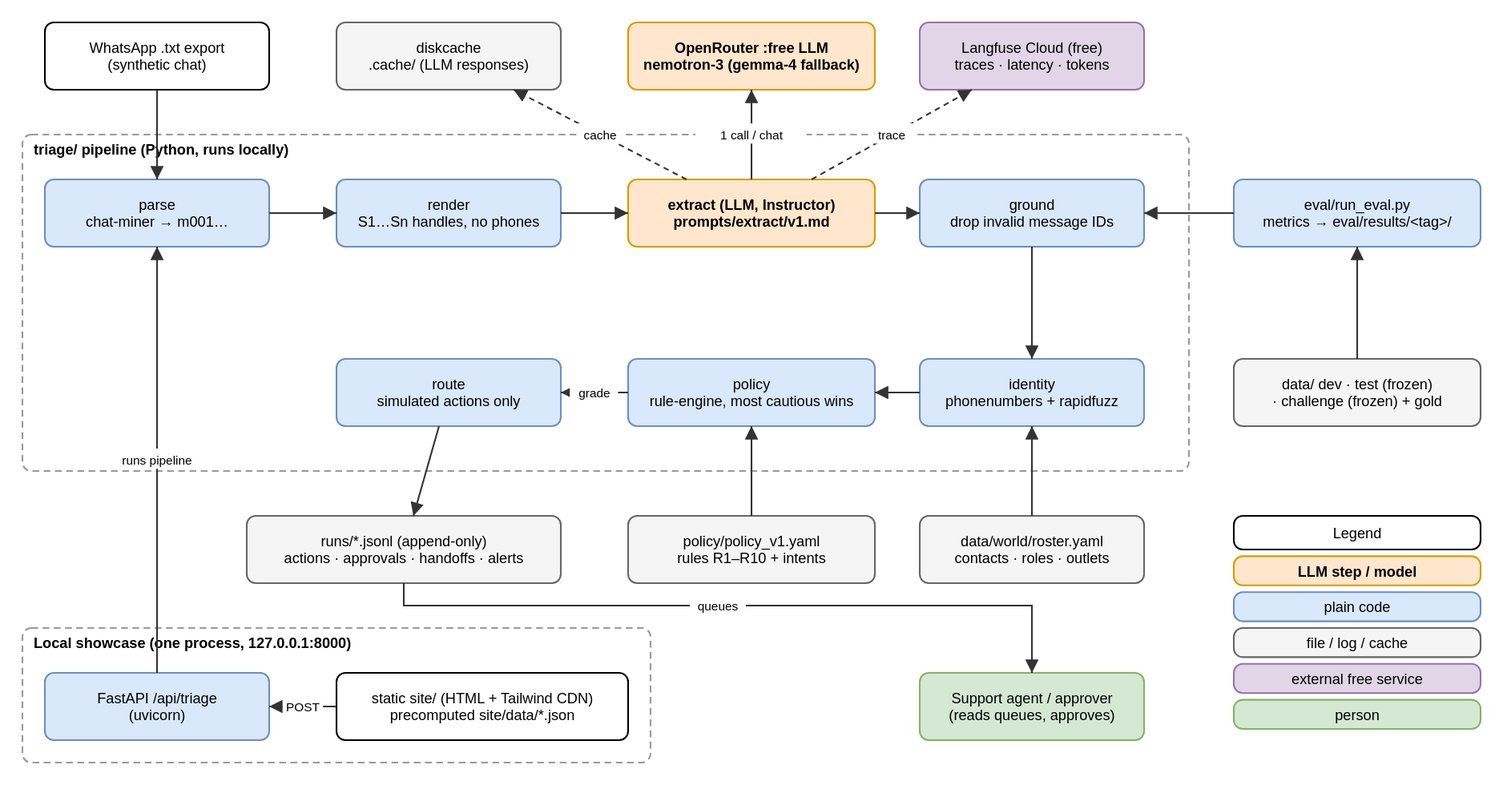
Before: site/assets/architecture.svg, a diagram exported from draw.io (Anish-185/aminobots-chat-triage-agent). Source tidied: cells renumbered, new cells last; positions are measured from the earlier drawing's top-left corner, leaving out a move shared by most shapes.
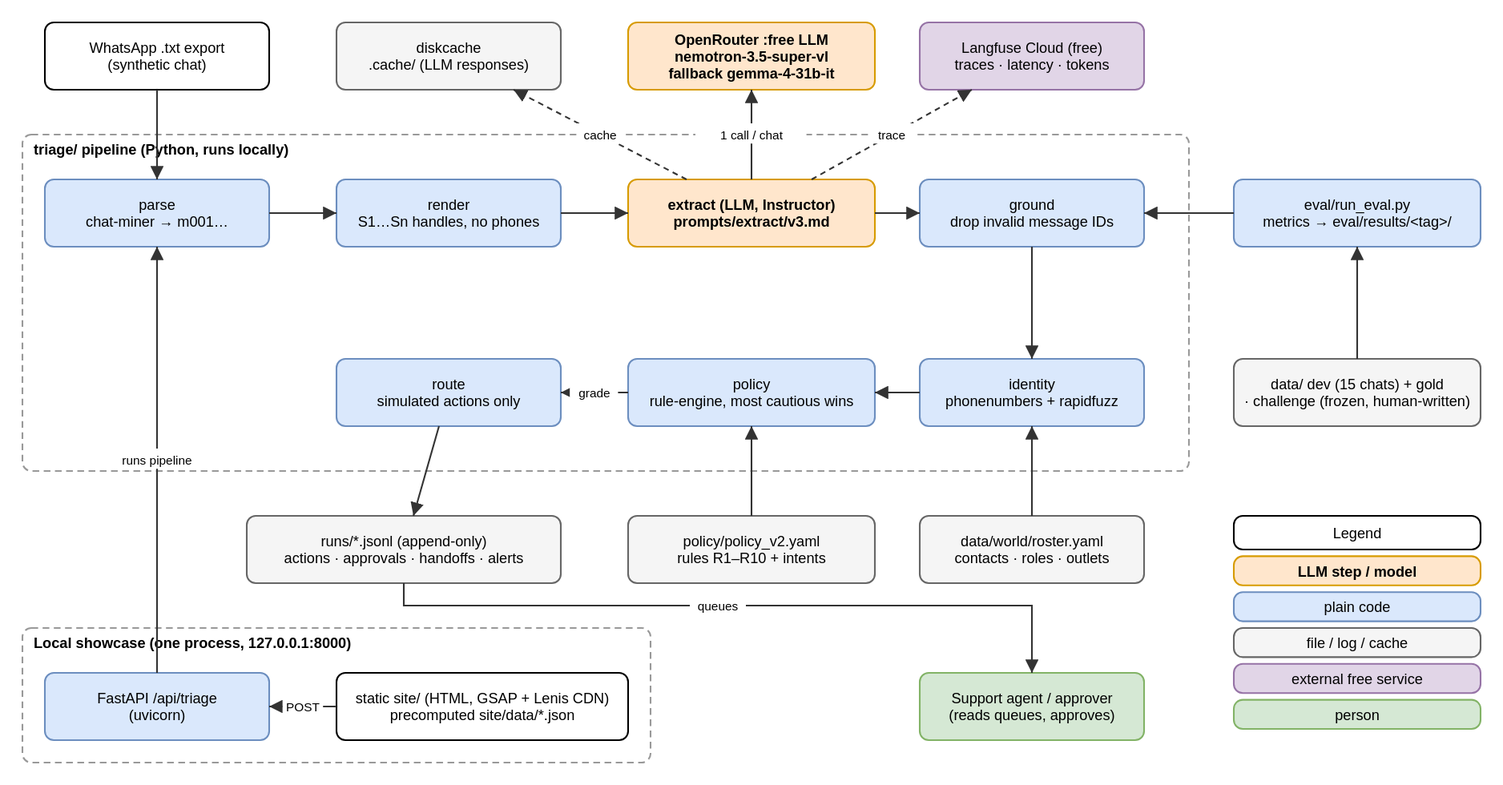
The same file after the commit.

Diff of the diagram source:
```diff
@@ -14,7 +14,7 @@
     <mxCell id="5" value="diskcache&lt;br&gt;.cache/ (LLM responses)" style="rounded=1;whiteSpace=wrap;html=1;fillColor=#f5f5f5;strokeColor=#666666;" parent="1" vertex="1">
       <mxGeometry x="280" width="200" height="60" as="geometry" />
     </mxCell>
-    <mxCell id="6" value="OpenRouter :free LLM&lt;br&gt;nemotron-3 (gemma-4 fallback)" style="rounded=1;whiteSpace=wrap;html=1;fillColor=#ffe6cc;strokeColor=#d79b00;fontStyle=1;" parent="1" vertex="1">
+    <mxCell id="6" value="OpenRouter :free LLM&lt;br&gt;nemotron-3.5-super-vl&lt;br&gt;fallback gemma-4-31b-it" style="rounded=1;whiteSpace=wrap;html=1;fillColor=#ffe6cc;strokeColor=#d79b00;fontStyle=1;" parent="1" vertex="1">
       <mxGeometry x="540" width="220" height="60" as="geometry" />
     </mxCell>
     <mxCell id="7" value="Langfuse Cloud (free)&lt;br&gt;traces · latency · tokens" style="rounded=1;whiteSpace=wrap;html=1;fillColor=#e1d5e7;strokeColor=#9673a6;" parent="1" vertex="1">
@@ -26,7 +26,7 @@
     <mxCell id="9" value="render&lt;br&gt;S1…Sn handles, no phones" style="rounded=1;whiteSpace=wrap;html=1;fillColor=#dae8fc;strokeColor=#6c8ebf;" parent="1" vertex="1">
       <mxGeometry x="280" y="140" width="200" height="60" as="geometry" />
     </mxCell>
-    <mxCell id="10" value="extract (LLM, Instructor)&lt;br&gt;prompts/extract/v1.md" style="rounded=1;whiteSpace=wrap;html=1;fillColor=#ffe6cc;strokeColor=#d79b00;fontStyle=1;" parent="1" vertex="1">
+    <mxCell id="10" value="extract (LLM, Instructor)&lt;br&gt;prompts/extract/v3.md" style="rounded=1;whiteSpace=wrap;html=1;fillColor=#ffe6cc;strokeColor=#d79b00;fontStyle=1;" parent="1" vertex="1">
       <mxGeometry x="540" y="140" width="220" height="60" as="geometry" />
     </mxCell>
     <mxCell id="11" value="ground&lt;br&gt;drop invalid message IDs" style="rounded=1;whiteSpace=wrap;html=1;fillColor=#dae8fc;strokeColor=#6c8ebf;" parent="1" vertex="1">
@@ -44,7 +44,7 @@
     <mxCell id="15" value="runs/*.jsonl (append-only)&lt;br&gt;actions · approvals · handoffs · alerts" style="rounded=1;whiteSpace=wrap;html=1;fillColor=#f5f5f5;strokeColor=#666666;" parent="1" vertex="1">
       <mxGeometry x="200" y="440" width="280" height="60" as="geometry" />
     </mxCell>
-    <mxCell id="16" value="policy/policy_v1.yaml&lt;br&gt;rules R1–R10 + intents" style="rounded=1;whiteSpace=wrap;html=1;fillColor=#f5f5f5;strokeColor=#666666;" parent="1" vertex="1">
+    <mxCell id="16" value="policy/policy_v2.yaml&lt;br&gt;rules R1–R10 + intents" style="rounded=1;whiteSpace=wrap;html=1;fillColor=#f5f5f5;strokeColor=#666666;" parent="1" vertex="1">
       <mxGeometry x="540" y="440" width="220" height="60" as="geometry" />
     </mxCell>
     <mxCell id="17" value="data/world/roster.yaml&lt;br&gt;contacts · roles · outlets" style="rounded=1;whiteSpace=wrap;html=1;fillColor=#f5f5f5;strokeColor=#666666;" parent="1" vertex="1">
@@ -53,13 +53,13 @@
     <mxCell id="18" value="FastAPI  /api/triage&lt;br&gt;(uvicorn)" style="rounded=1;whiteSpace=wrap;html=1;fillColor=#dae8fc;strokeColor=#6c8ebf;" parent="1" vertex="1">
       <mxGeometry x="20" y="580" width="200" height="60" as="geometry" />
     </mxCell>
-    <mxCell id="19" value="static site/  (HTML + Tailwind CDN)&lt;br&gt;precomputed site/data/*.json" style="rounded=1;whiteSpace=wrap;html=1;fillColor=#ffffff;strokeColor=#000000;" parent="1" vertex="1">
+    <mxCell id="19" value="static site/  (HTML, GSAP + Lenis CDN)&lt;br&gt;precomputed site/data/*.json" style="rounded=1;whiteSpace=wrap;html=1;fillColor=#ffffff;strokeColor=#000000;" parent="1" vertex="1">
       <mxGeometry x="280" y="580" width="260" height="60" as="geometry" />
     </mxCell>
     <mxCell id="20" value="eval/run_eval.py&lt;br&gt;metrics → eval/results/&lt;tag&gt;/" style="rounded=1;whiteSpace=wrap;html=1;fillColor=#dae8fc;strokeColor=#6c8ebf;" parent="1" vertex="1">
       <mxGeometry x="1080" y="140" width="220" height="60" as="geometry" />
     </mxCell>
-    <mxCell id="21" value="data/ dev · test (frozen)&lt;br&gt;· challenge (frozen) + gold" style="rounded=1;whiteSpace=wrap;html=1;fillColor=#f5f5f5;strokeColor=#666666;" parent="1" vertex="1">
+    <mxCell id="21" value="data/ dev (15 chats) + gold&lt;br&gt;· challenge (frozen, human-written)" style="rounded=1;whiteSpace=wrap;html=1;fillColor=#f5f5f5;strokeColor=#666666;" parent="1" vertex="1">
       <mxGeometry x="1080" y="300" width="220" height="60" as="geometry" />
     </mxCell>
     <mxCell id="22" value="Support agent / approver&lt;br&gt;(reads queues, approves)" style="rounded=1;whiteSpace=wrap;html=1;fillColor=#d5e8d4;strokeColor=#82b366;" parent="1" vertex="1">
```
